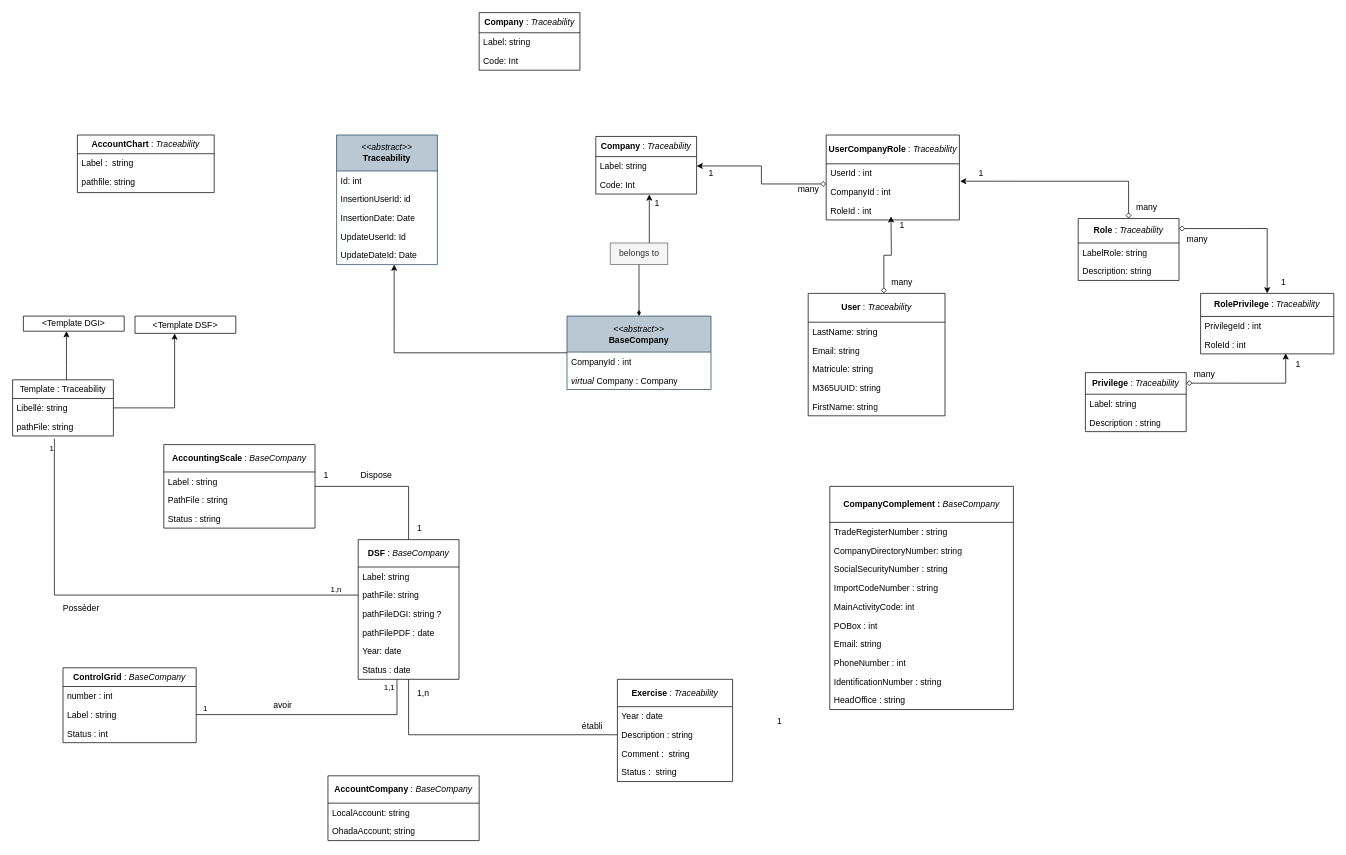
Before: page "Diagramme_classe" (1 of 5) of Conception_DSF.drawio in Michelle-Ngami/Conception_DSF, a draw.io diagram. Source tidied: cells renumbered, new cells numbered last; positions are measured from the earlier drawing's top-left corner, leaving out a move shared by most shapes. Both pictures are drawn from the tidied source at 72%, with x=0, y=0 at pixel (12, 12).
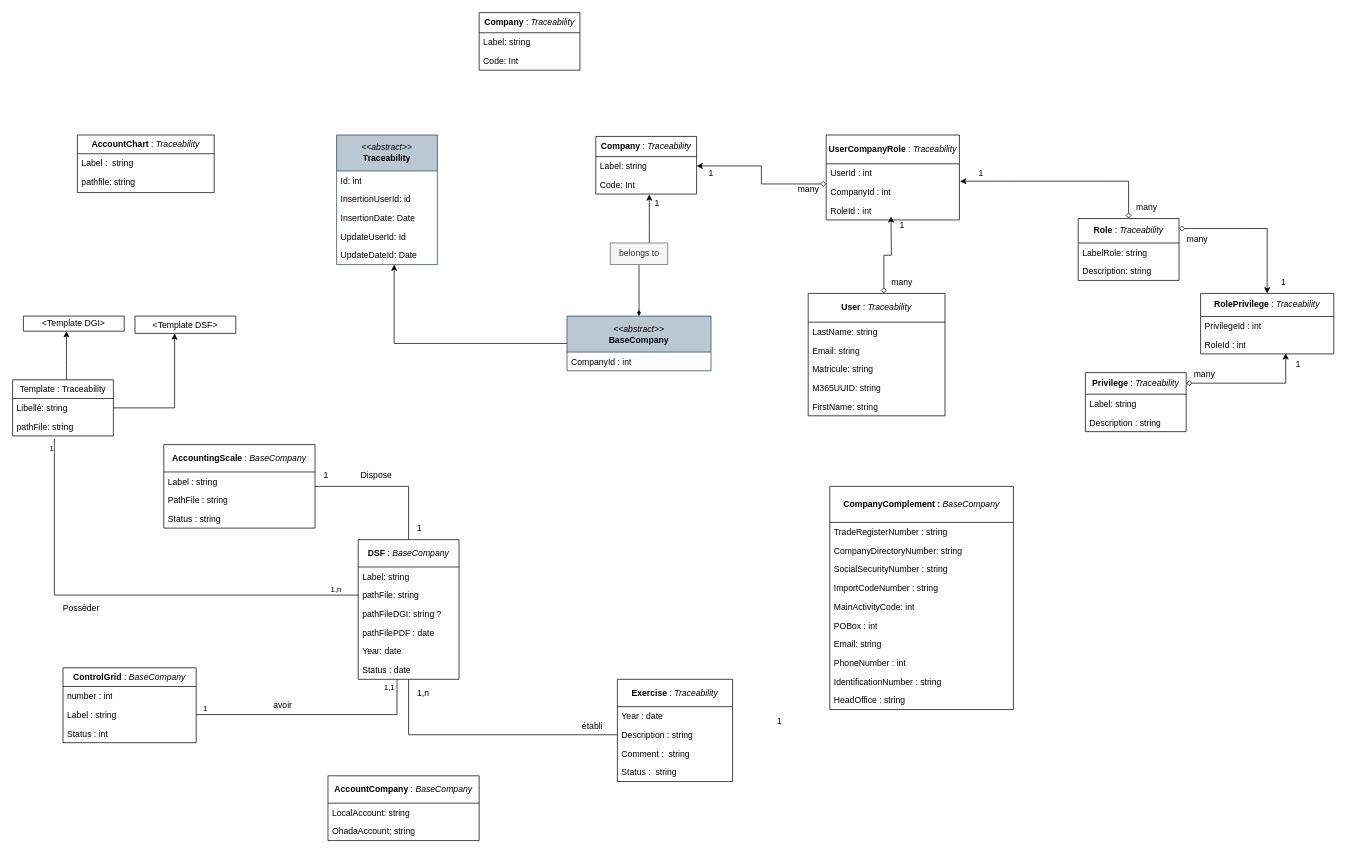
The same diagram, later.

The edit, as a diff of the source:
```diff
@@
     <mxCell id="60" value="&lt;div&gt;&lt;i&gt;&amp;lt;&amp;lt;abstract&amp;gt;&amp;gt;&lt;/i&gt;&lt;br&gt;&lt;/div&gt;&lt;b&gt;BaseCompany&lt;/b&gt;" style="swimlane;fontStyle=0;horizontal=1;startSize=50;fillColor=#bac8d3;whiteSpace=wrap;html=1;strokeColor=#23445d;" parent="1" vertex="1">
-      <mxGeometry x="770" y="421.5" width="200" height="102" as="geometry" />
+      <mxGeometry x="770" y="421.5" width="200" height="76" as="geometry" />
     </mxCell>
@@
-    <mxCell id="62" value="&lt;i&gt;virtual &lt;/i&gt;Company : Company" style="text;strokeColor=none;fillColor=none;align=left;verticalAlign=top;spacingLeft=4;spacingRight=4;overflow=hidden;whiteSpace=wrap;html=1;" parent="60" vertex="1">
-      <mxGeometry y="76" width="200" height="26" as="geometry" />
-    </mxCell>
```
